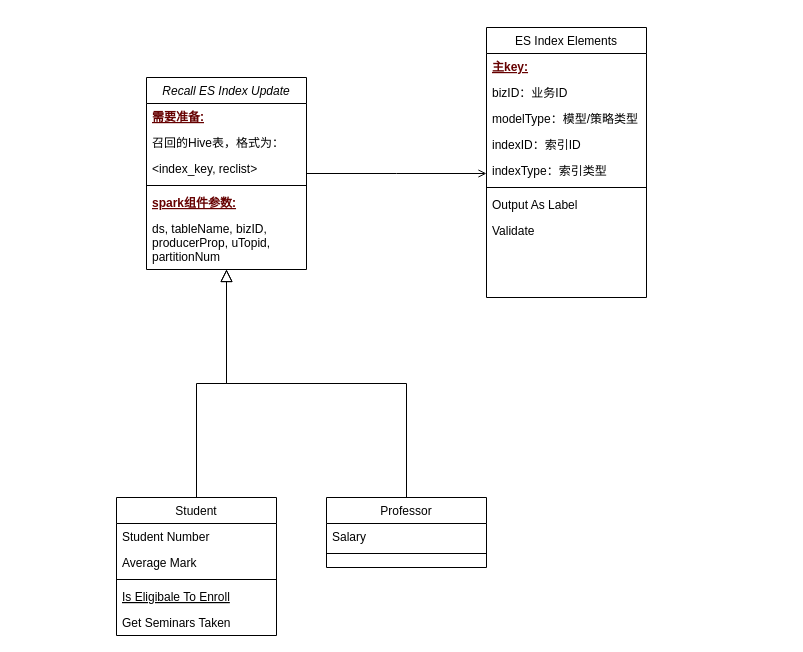
ChenPengyao/drawio keeps this draw.io diagram as ESIndex.drawio. Above is the earlier version. Source tidied: cells renumbered, new cells numbered last; positions are measured from the earlier drawing's top-left corner, leaving out a move shared by most shapes. Both pictures are drawn from the tidied source at 100%, with x=0, y=0 at pixel (116, 27).
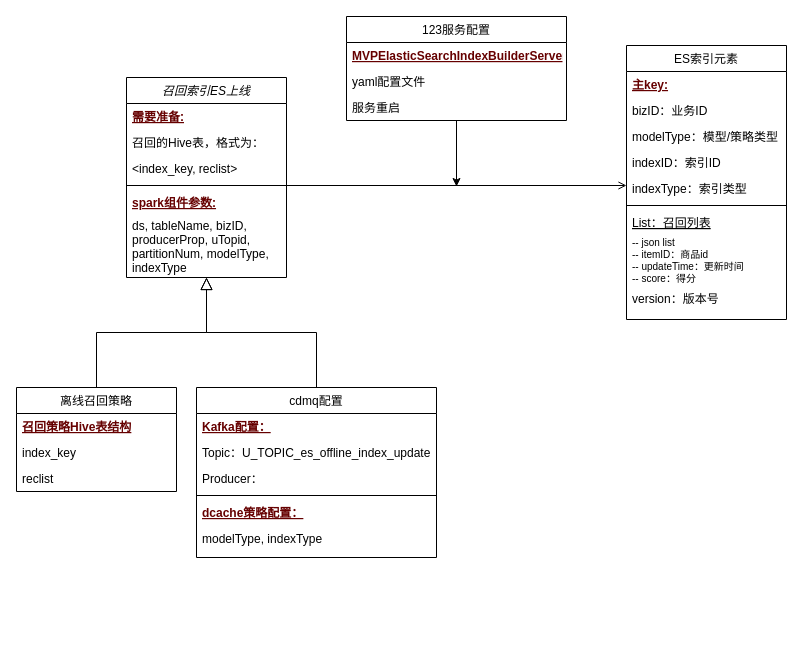
Above is the later version.

The edit, as a diff of the source:
```diff
@@
-    <mxCell id="2" value="Recall ES Index Update" style="swimlane;fontStyle=2;align=center;verticalAlign=top;horizontal=1;startSize=26;rounded=0;shadow=0;strokeWidth=1;" parent="1" vertex="1">
-      <mxGeometry x="30" y="50" width="160" height="192" as="geometry" />
+    <mxCell id="2" value="召回索引ES上线" style="swimlane;fontStyle=2;align=center;verticalAlign=top;horizontal=1;startSize=26;rounded=0;shadow=0;strokeWidth=1;" parent="1" vertex="1">
+      <mxGeometry x="10" y="50" width="160" height="200" as="geometry" />
     </mxCell>
@@
-    <mxCell id="8" value="ds, tableName, bizID, &#10;producerProp, uTopid, &#10;partitionNum" style="text;align=left;verticalAlign=top;spacingLeft=4;spacingRight=4;overflow=hidden;rounded=0;shadow=0;html=0;" parent="2" vertex="1">
-      <mxGeometry y="138" width="160" height="52" as="geometry" />
+    <mxCell id="8" value="ds, tableName, bizID, &#10;producerProp, uTopid, &#10;partitionNum, modelType, &#10;indexType" style="text;align=left;verticalAlign=middle;spacingLeft=4;spacingRight=4;overflow=hidden;rounded=0;shadow=0;html=0;" parent="2" vertex="1">
+      <mxGeometry y="138" width="160" height="62" as="geometry" />
     </mxCell>
-    <mxCell id="9" value="Student" style="swimlane;fontStyle=0;align=center;verticalAlign=top;horizontal=1;startSize=26;rounded=0;shadow=0;strokeWidth=1;" parent="1" vertex="1">
-      <mxGeometry y="470" width="160" height="138" as="geometry" />
+    <mxCell id="9" value="离线召回策略" style="swimlane;fontStyle=0;align=center;verticalAlign=top;horizontal=1;startSize=26;rounded=0;shadow=0;strokeWidth=1;" parent="1" vertex="1">
+      <mxGeometry x="-100" y="360" width="160" height="104" as="geometry" />
     </mxCell>
-    <mxCell id="10" value="Student Number" style="text;align=left;verticalAlign=top;spacingLeft=4;spacingRight=4;overflow=hidden;" parent="9" vertex="1">
-      <mxGeometry y="26" width="160" height="26" as="geometry" />
-    </mxCell>
-    <mxCell id="11" value="Average Mark" style="text;align=left;verticalAlign=top;spacingLeft=4;spacingRight=4;overflow=hidden;rounded=0;shadow=0;html=0;" parent="9" vertex="1">
-      <mxGeometry y="52" width="160" height="26" as="geometry" />
+    <mxCell id="11" value="召回策略Hive表结构" style="text;align=left;verticalAlign=top;spacingLeft=4;spacingRight=4;overflow=hidden;rounded=0;shadow=0;html=0;fontStyle=5;fontColor=#660000;" parent="9" vertex="1">
+      <mxGeometry y="26" width="160" height="26" as="geometry" />
     </mxCell>
-    <mxCell id="12" style="line;html=1;strokeWidth=1;align=left;verticalAlign=middle;spacingTop=-1;spacingLeft=3;spacingRight=3;labelPosition=right;" parent="9" vertex="1">
-      <mxGeometry y="78" width="160" height="8" as="geometry" />
-    </mxCell>
-    <mxCell id="13" value="Is Eligibale To Enroll" style="text;align=left;verticalAlign=top;spacingLeft=4;spacingRight=4;overflow=hidden;fontStyle=4;" parent="9" vertex="1">
-      <mxGeometry y="86" width="160" height="26" as="geometry" />
-    </mxCell>
-    <mxCell id="14" value="Get Seminars Taken" style="text;align=left;verticalAlign=top;spacingLeft=4;spacingRight=4;overflow=hidden;" parent="9" vertex="1">
-      <mxGeometry y="112" width="160" height="26" as="geometry" />
-    </mxCell>
+    <mxCell id="30" value="index_key" style="text;align=left;verticalAlign=top;spacingLeft=4;spacingRight=4;overflow=hidden;rounded=0;shadow=0;html=0;" parent="9" vertex="1">
+      <mxGeometry y="52" width="160" height="26" as="geometry" />
+    </mxCell>
+    <mxCell id="31" value="reclist" style="text;align=left;verticalAlign=top;spacingLeft=4;spacingRight=4;overflow=hidden;rounded=0;shadow=0;html=0;" parent="9" vertex="1">
+      <mxGeometry y="78" width="160" height="26" as="geometry" />
+    </mxCell>
@@
-    <mxCell id="16" value="Professor" style="swimlane;fontStyle=0;align=center;verticalAlign=top;horizontal=1;startSize=26;rounded=0;shadow=0;strokeWidth=1;" parent="1" vertex="1">
-      <mxGeometry x="210" y="470" width="160" height="70" as="geometry" />
+    <mxCell id="16" value="cdmq配置" style="swimlane;fontStyle=0;align=center;verticalAlign=top;horizontal=1;startSize=26;rounded=0;shadow=0;strokeWidth=1;" parent="1" vertex="1">
+      <mxGeometry x="80" y="360" width="240" height="170" as="geometry" />
     </mxCell>
-    <mxCell id="17" value="Salary" style="text;align=left;verticalAlign=top;spacingLeft=4;spacingRight=4;overflow=hidden;" parent="16" vertex="1">
-      <mxGeometry y="26" width="160" height="26" as="geometry" />
+    <mxCell id="17" value="Kafka配置：" style="text;align=left;verticalAlign=top;spacingLeft=4;spacingRight=4;overflow=hidden;fontStyle=5;fontColor=#660000;" parent="16" vertex="1">
+      <mxGeometry y="26" width="240" height="26" as="geometry" />
     </mxCell>
+    <mxCell id="32" value="Topic：U_TOPIC_es_offline_index_update" style="text;align=left;verticalAlign=top;spacingLeft=4;spacingRight=4;overflow=hidden;" parent="16" vertex="1">
+      <mxGeometry y="52" width="240" height="26" as="geometry" />
+    </mxCell>
+    <mxCell id="33" value="Producer：" style="text;align=left;verticalAlign=top;spacingLeft=4;spacingRight=4;overflow=hidden;" parent="16" vertex="1">
+      <mxGeometry y="78" width="240" height="26" as="geometry" />
+    </mxCell>
     <mxCell id="18" style="line;html=1;strokeWidth=1;align=left;verticalAlign=middle;spacingTop=-1;spacingLeft=3;spacingRight=3;labelPosition=right;" parent="16" vertex="1">
-      <mxGeometry y="52" width="160" height="8" as="geometry" />
+      <mxGeometry y="104" width="240" height="8" as="geometry" />
     </mxCell>
+    <mxCell id="34" value="dcache策略配置：" style="text;align=left;verticalAlign=top;spacingLeft=4;spacingRight=4;overflow=hidden;fontStyle=5;fontColor=#660000;" parent="16" vertex="1">
+      <mxGeometry y="112" width="240" height="26" as="geometry" />
+    </mxCell>
+    <mxCell id="35" value="modelType, indexType" style="text;align=left;verticalAlign=top;spacingLeft=4;spacingRight=4;overflow=hidden;" parent="16" vertex="1">
+      <mxGeometry y="138" width="240" height="26" as="geometry" />
+    </mxCell>
@@
-    <mxCell id="20" value="ES Index Elements" style="swimlane;fontStyle=0;align=center;verticalAlign=top;horizontal=1;startSize=26;rounded=0;shadow=0;strokeWidth=1;" parent="1" vertex="1">
-      <mxGeometry x="370" width="160" height="270" as="geometry" />
+    <mxCell id="20" value="ES索引元素" style="swimlane;fontStyle=0;align=center;verticalAlign=top;horizontal=1;startSize=26;rounded=0;shadow=0;strokeWidth=1;" parent="1" vertex="1">
+      <mxGeometry x="510" y="18" width="160" height="274" as="geometry" />
     </mxCell>
@@
-    <mxCell id="27" value="Output As Label" style="text;align=left;verticalAlign=top;spacingLeft=4;spacingRight=4;overflow=hidden;" parent="20" vertex="1">
+    <mxCell id="27" value="List：召回列表" style="text;align=left;verticalAlign=top;spacingLeft=4;spacingRight=4;overflow=hidden;fontStyle=4;" parent="20" vertex="1">
       <mxGeometry y="164" width="160" height="26" as="geometry" />
     </mxCell>
+    <mxCell id="36" value="-- json list&#10;-- itemID：商品id&#10;-- updateTime：更新时间&#10;-- score：得分" style="text;align=left;verticalAlign=middle;spacingLeft=4;spacingRight=4;overflow=hidden;fontSize=10;" parent="20" vertex="1">
+      <mxGeometry y="190" width="160" height="50" as="geometry" />
+    </mxCell>
-    <mxCell id="28" value="Validate" style="text;align=left;verticalAlign=top;spacingLeft=4;spacingRight=4;overflow=hidden;" parent="20" vertex="1">
-      <mxGeometry y="190" width="160" height="24" as="geometry" />
+    <mxCell id="28" value="version：版本号" style="text;align=left;verticalAlign=top;spacingLeft=4;spacingRight=4;overflow=hidden;" parent="20" vertex="1">
+      <mxGeometry y="240" width="160" height="24" as="geometry" />
     </mxCell>
-    <mxCell id="29" style="endArrow=open;shadow=0;strokeWidth=1;rounded=0;endFill=1;edgeStyle=elbowEdgeStyle;elbow=vertical;" parent="1" edge="1" source="2" target="20">
+    <mxCell id="29" style="endArrow=open;shadow=0;strokeWidth=1;rounded=0;endFill=1;edgeStyle=elbowEdgeStyle;elbow=vertical;" parent="1" edge="1">
       <mxGeometry x="0.5" y="41" relative="1" as="geometry">
+        <mxPoint x="190" y="158" as="sourcePoint" />
+        <mxPoint x="510" y="158" as="targetPoint" />
+        <Array as="points">
+          <mxPoint x="170" y="158" />
+        </Array>
         <mxPoint x="-40" y="32" as="offset" />
       </mxGeometry>
     </mxCell>
+    <mxCell id="37" style="edgeStyle=orthogonalEdgeStyle;rounded=0;orthogonalLoop=1;jettySize=auto;html=1;fontSize=13;fontColor=#660000;" parent="1" edge="1">
+      <mxGeometry relative="1" as="geometry">
+        <mxPoint x="340" y="93" as="sourcePoint" />
+        <mxPoint x="340" y="159" as="targetPoint" />
+      </mxGeometry>
+    </mxCell>
+    <mxCell id="38" value="123服务配置" style="swimlane;fontStyle=0;align=center;verticalAlign=top;horizontal=1;startSize=26;rounded=0;shadow=0;strokeWidth=1;" parent="1" vertex="1">
+      <mxGeometry x="230" y="-11" width="220" height="104" as="geometry" />
+    </mxCell>
+    <mxCell id="39" value="MVPElasticSearchIndexBuilderServer" style="text;align=left;verticalAlign=top;spacingLeft=4;spacingRight=4;overflow=hidden;rounded=0;shadow=0;html=0;fontStyle=5;fontColor=#660000;" parent="38" vertex="1">
+      <mxGeometry y="26" width="220" height="26" as="geometry" />
+    </mxCell>
+    <mxCell id="40" value="yaml配置文件" style="text;align=left;verticalAlign=top;spacingLeft=4;spacingRight=4;overflow=hidden;rounded=0;shadow=0;html=0;" parent="38" vertex="1">
+      <mxGeometry y="52" width="220" height="26" as="geometry" />
+    </mxCell>
+    <mxCell id="41" value="服务重启" style="text;align=left;verticalAlign=top;spacingLeft=4;spacingRight=4;overflow=hidden;rounded=0;shadow=0;html=0;" parent="38" vertex="1">
+      <mxGeometry y="78" width="220" height="26" as="geometry" />
+    </mxCell>
```
